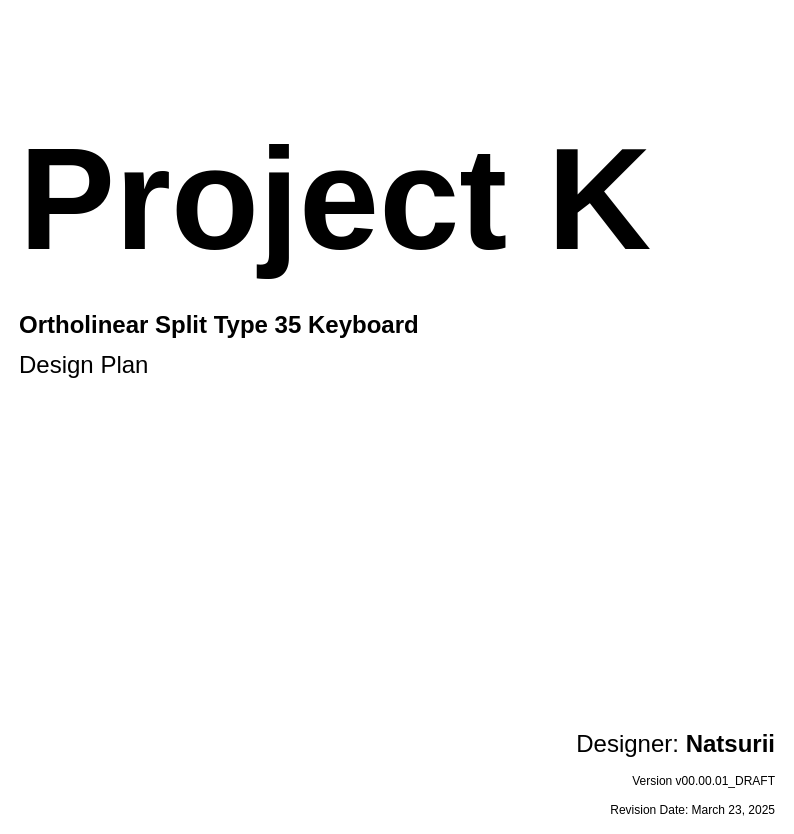
This is page "00_Cover" (1 of 5) of docs/plans/Design Plan.drawio from Natsurii/pk, a draw.io file, before an edit. Source tidied: cells renumbered, new cells numbered last; positions are measured from the earlier drawing's top-left corner, leaving out a move shared by most shapes. Both pictures are drawn from the tidied source at 100%, with x=0, y=0 at pixel (17, 145).
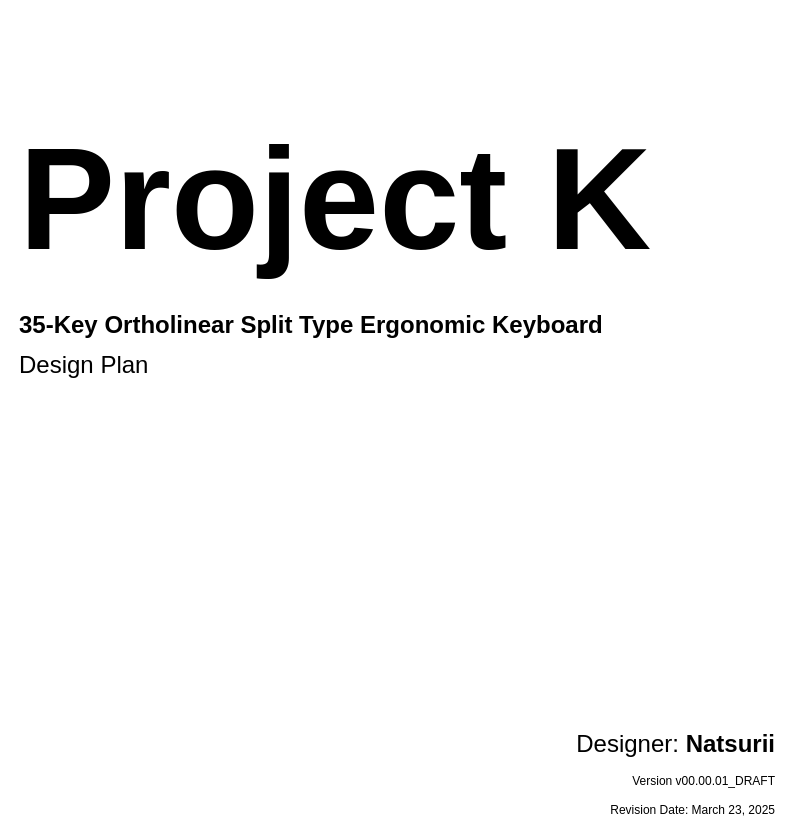
The same page after the edit.

What changed in the source:
```diff
@@
 <mxGraphModel>
   <root>
     <mxCell id="0" />
     <mxCell id="1" parent="0" />
     <mxCell id="2" value="&lt;h1&gt;&lt;font&gt;Project K&lt;/font&gt;&lt;/h1&gt;" style="text;html=1;align=left;verticalAlign=middle;whiteSpace=wrap;rounded=0;fontSize=72;" parent="1" vertex="1">
       <mxGeometry width="640" height="110" as="geometry" />
     </mxCell>
-    <mxCell id="3" value="&lt;h1&gt;Ortholinear Split Type 35 Keyboard&lt;/h1&gt;" style="text;html=1;align=left;verticalAlign=middle;whiteSpace=wrap;rounded=0;fontSize=12;" parent="1" vertex="1">
-      <mxGeometry y="170" width="520" height="20" as="geometry" />
+    <mxCell id="3" value="&lt;h1&gt;35-Key Ortholinear Split Type Ergonomic Keyboard&lt;/h1&gt;" style="text;html=1;align=left;verticalAlign=middle;whiteSpace=wrap;rounded=0;fontSize=12;" parent="1" vertex="1">
+      <mxGeometry y="170" width="670" height="20" as="geometry" />
     </mxCell>
     <mxCell id="4" value="&lt;h1&gt;&lt;span style=&quot;font-weight: normal;&quot;&gt;Design Plan&lt;/span&gt;&lt;/h1&gt;" style="text;html=1;align=left;verticalAlign=middle;whiteSpace=wrap;rounded=0;fontSize=12;fontStyle=0;" parent="1" vertex="1">
       <mxGeometry y="210" width="520" height="20" as="geometry" />
     </mxCell>
     <mxCell id="5" value="&lt;h1&gt;&lt;span style=&quot;font-weight: normal;&quot;&gt;Designer: &lt;/span&gt;Natsurii&lt;/h1&gt;&lt;div&gt;&lt;span style=&quot;font-weight: normal;&quot;&gt;Version v00.00.01_DRAFT&lt;/span&gt;&lt;/div&gt;&lt;div&gt;&lt;br&gt;&lt;/div&gt;&lt;div&gt;Revision Date: March 23, 2025&lt;/div&gt;" style="text;html=1;align=right;verticalAlign=middle;whiteSpace=wrap;rounded=0;fontSize=12;fontStyle=0;" parent="1" vertex="1">
       <mxGeometry x="240" y="570" width="520" height="100" as="geometry" />
     </mxCell>
   </root>
 </mxGraphModel>
```
